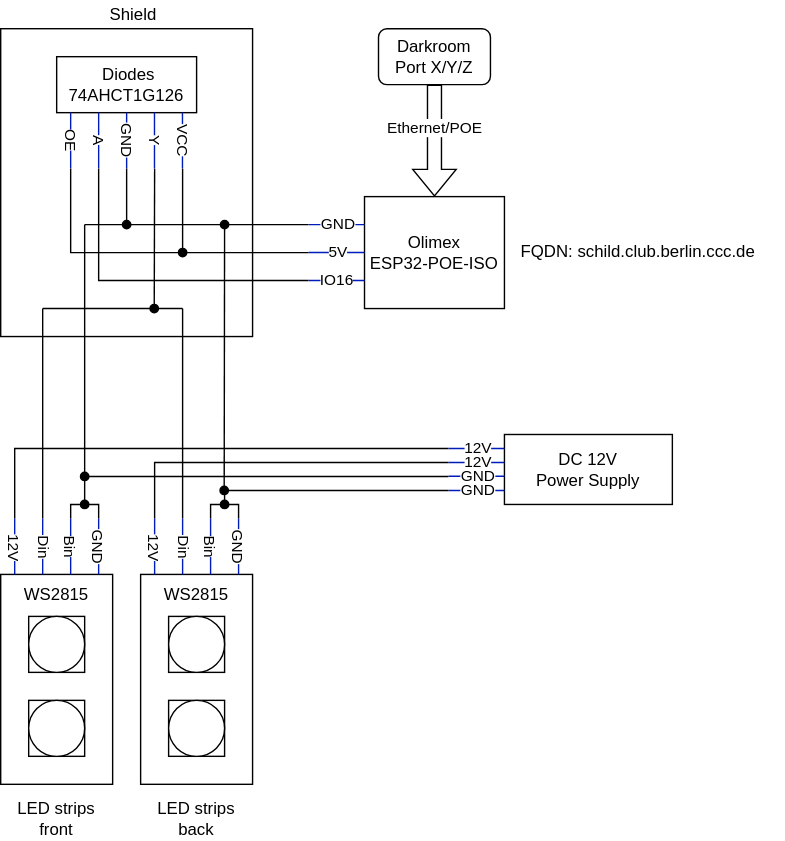
Earlier version of the draw.io export electronics.drawio.svg (cccb/cccb-schild). Source tidied: cells renumbered, new cells last; positions are measured from the earlier drawing's top-left corner, leaving out a move shared by most shapes.
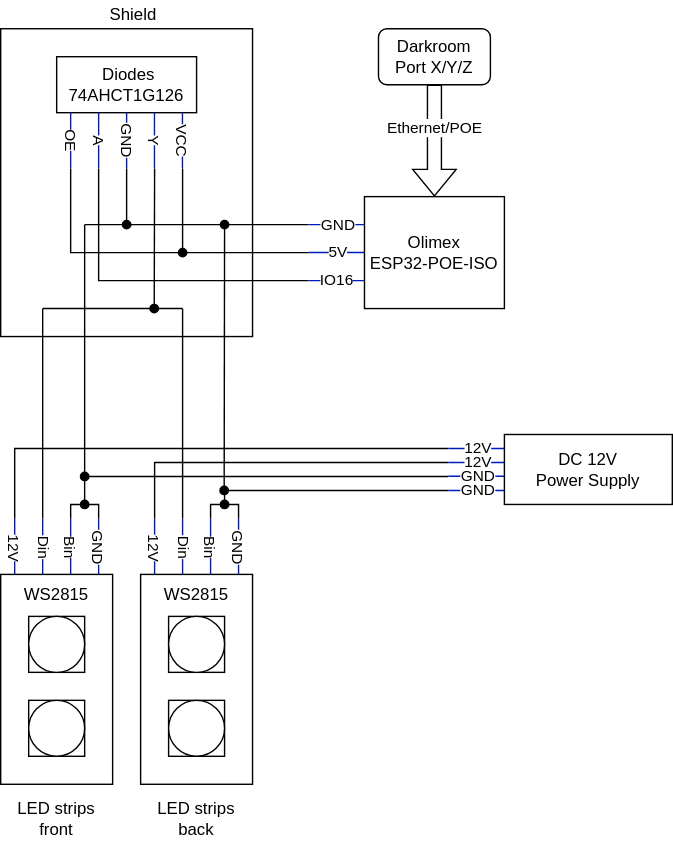
After the change.

Change to the diagram source:
```diff
@@ -42,9 +42,6 @@
     <mxCell id="11" value="Darkroom&lt;br&gt;Port X/Y/Z" style="rounded=1;whiteSpace=wrap;html=1;" parent="1" vertex="1">
       <mxGeometry x="270" y="20" width="80" height="40" as="geometry" />
     </mxCell>
-    <mxCell id="12" value="FQDN: schild.club.berlin.ccc.de" style="text;html=1;strokeColor=none;fillColor=none;align=left;verticalAlign=middle;whiteSpace=wrap;rounded=0;" parent="1" vertex="1">
-      <mxGeometry x="370" y="165" width="190" height="30" as="geometry" />
-    </mxCell>
     <mxCell id="13" style="rounded=0;whiteSpace=wrap;html=1;" parent="1" vertex="1">
       <mxGeometry y="410" width="80" height="150" as="geometry" />
     </mxCell>
```
